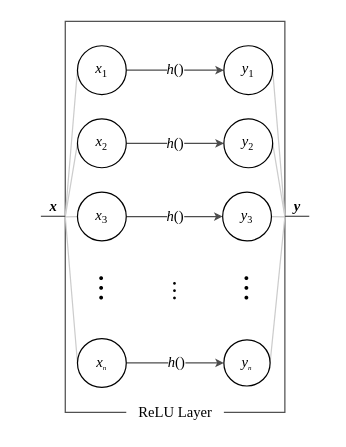
The draw.io diagram page "ReLU" (2 of 2) of img/layers.drawio in dragoon8192/LaundryTag, before the edit. Source tidied: cells renumbered, new cells numbered last; positions are measured from the earlier drawing's top-left corner, leaving out a move shared by most shapes. Both pictures are drawn from the tidied source at 122%, with x=0, y=0 at pixel (40, 21).
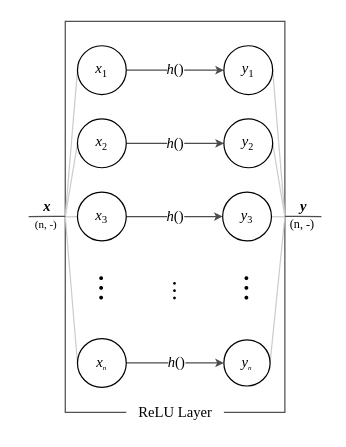
The same page after the edit.

What changed in the source:
```diff
@@
     <mxCell id="14" value="&lt;b&gt;&lt;i&gt;x&lt;/i&gt;&lt;/b&gt;" style="endArrow=none;html=1;rounded=0;labelBackgroundColor=default;sketch=0;strokeColor=#4D4D4D;strokeWidth=1;fontFamily=Times New Roman;fontSize=12;fontColor=default;startSize=4;endSize=4;sourcePerimeterSpacing=0;targetPerimeterSpacing=0;shape=connector;jumpStyle=none;jumpSize=4;spacing=1;spacingLeft=0;labelBorderColor=none;verticalAlign=bottom;labelPosition=center;verticalLabelPosition=middle;align=center;" parent="1" edge="1">
       <mxGeometry relative="1" as="geometry">
-        <mxPoint y="159.8" as="sourcePoint" />
+        <mxPoint x="-10" y="160" as="sourcePoint" />
         <mxPoint x="20" y="159.8" as="targetPoint" />
         <Array as="points">
           <mxPoint x="10" y="159.8" />
         </Array>
       </mxGeometry>
     </mxCell>
@@
     <mxCell id="17" value="&lt;b&gt;&lt;i&gt;y&lt;/i&gt;&lt;/b&gt;" style="endArrow=none;html=1;rounded=0;labelBackgroundColor=default;sketch=0;strokeColor=#4D4D4D;strokeWidth=1;fontFamily=Times New Roman;fontSize=12;fontColor=default;startSize=4;endSize=4;sourcePerimeterSpacing=0;targetPerimeterSpacing=0;shape=connector;jumpStyle=none;jumpSize=4;spacing=1;spacingLeft=0;labelBorderColor=none;verticalAlign=bottom;" parent="1" edge="1">
       <mxGeometry relative="1" as="geometry">
         <mxPoint x="200" y="159.8" as="sourcePoint" />
-        <mxPoint x="220" y="159.8" as="targetPoint" />
+        <mxPoint x="230" y="160" as="targetPoint" />
         <Array as="points">
           <mxPoint x="210" y="159.8" />
         </Array>
       </mxGeometry>
     </mxCell>
@@
+    <mxCell id="30" value="&lt;font style=&quot;font-size: 9px;&quot;&gt;(n, -)&lt;/font&gt;" style="text;html=1;align=center;verticalAlign=middle;strokeColor=none;fillColor=none;fontSize=18;fontFamily=Times New Roman;spacing=0;labelBackgroundColor=none;" parent="1" vertex="1">
+      <mxGeometry x="-16" y="149" width="40" height="30" as="geometry" />
+    </mxCell>
+    <mxCell id="31" value="&lt;font size=&quot;1&quot;&gt;(n, -)&lt;/font&gt;" style="text;html=1;align=center;verticalAlign=middle;strokeColor=none;fillColor=none;fontSize=18;fontFamily=Times New Roman;spacing=0;labelBackgroundColor=none;" parent="1" vertex="1">
+      <mxGeometry x="194" y="149" width="40" height="30" as="geometry" />
+    </mxCell>
```
